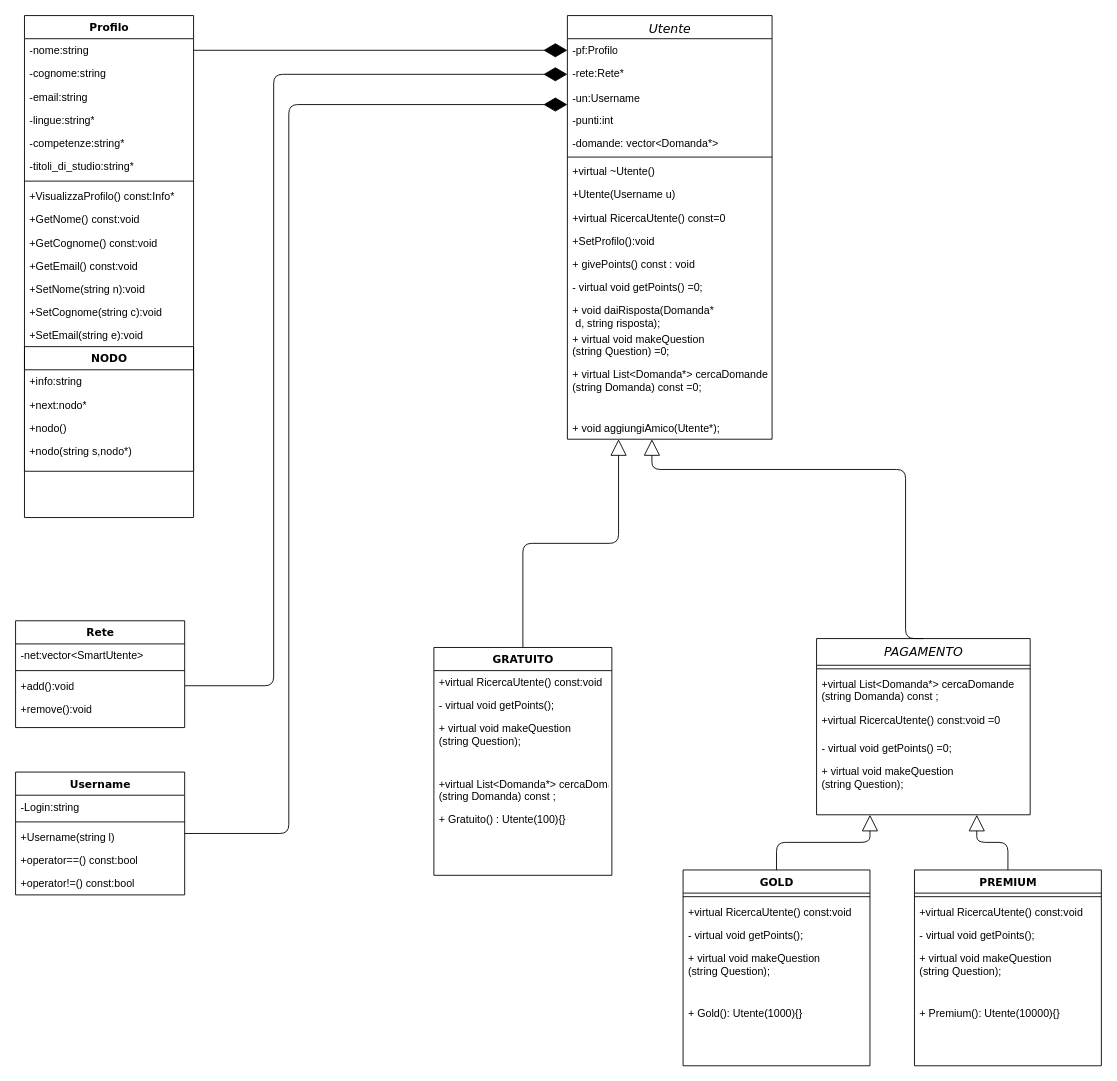
Before: Schema.drawio in LorenzoMatt/ProgeettoP2, a draw.io diagram. Source tidied: cells renumbered, new cells numbered last; positions are measured from the earlier drawing's top-left corner, leaving out a move shared by most shapes. Both pictures are drawn from the tidied source at 89%, with x=0, y=0 at pixel (15, 15).
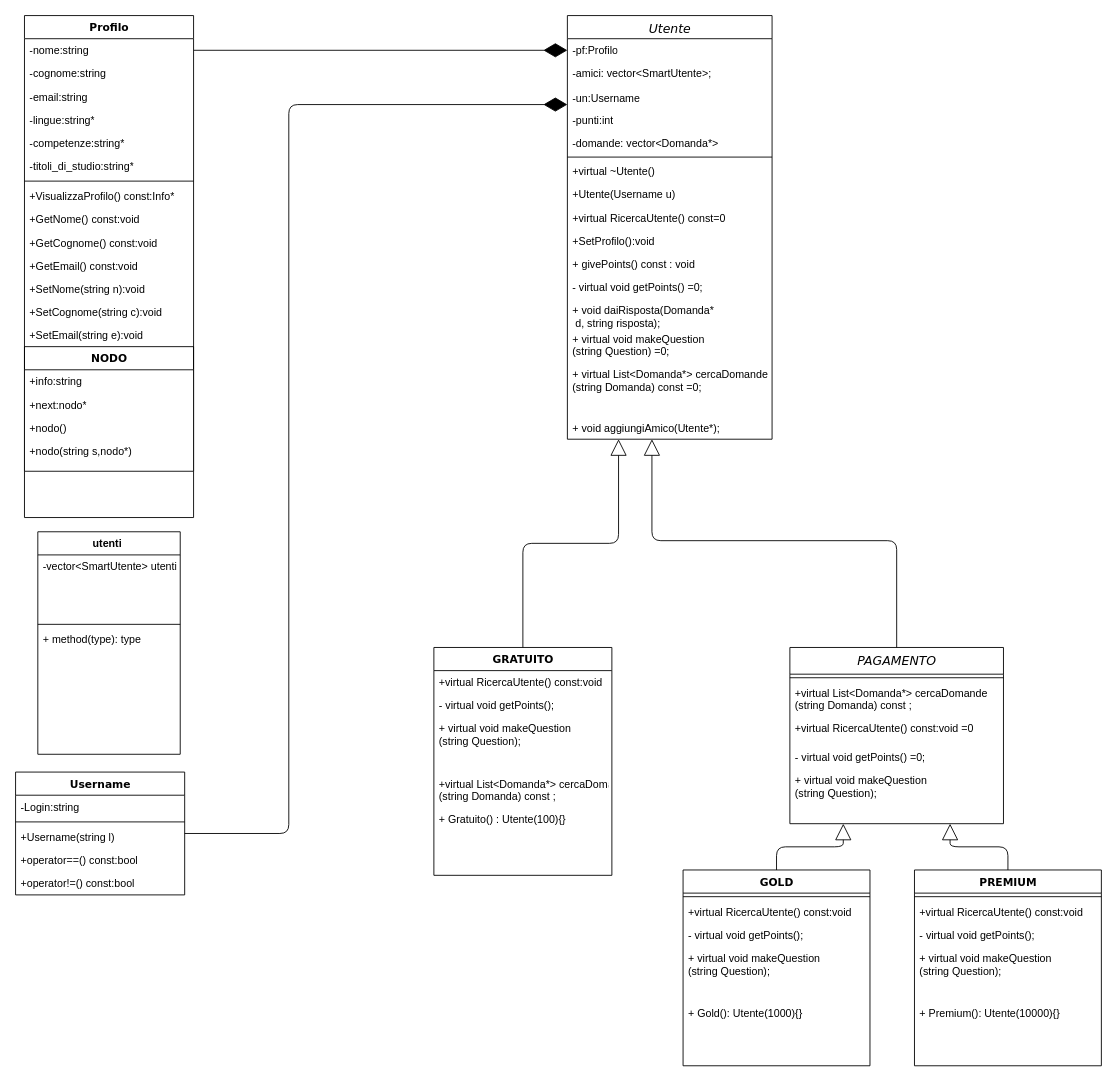
Above is the later version.

Commit message:
aggiornato schema UML

Unchanged cells that the change refers to:
```xml
<mxCell id="2" value="&lt;i style=&quot;font-weight: normal&quot;&gt;&lt;font style=&quot;font-size: 14px&quot;&gt;Utente&lt;/font&gt;&lt;/i&gt;" style="swimlane;html=1;fontStyle=1;align=center;verticalAlign=top;horizontal=1;startSize=26;swimlaneFillColor=#ffffff;rounded=0;shadow=0;comic=0;labelBackgroundColor=none;strokeWidth=1;fillColor=none;fontFamily=Verdana;fontSize=12;" parent="1" vertex="1">
  <mxGeometry x="620" width="230" height="476" as="geometry" />
</mxCell>
```

The edit, as a diff of the source:
```diff
@@
-    <mxCell id="4" value="-rete:Rete*" style="text;html=1;strokeColor=none;fillColor=none;align=left;verticalAlign=top;spacingLeft=4;spacingRight=4;whiteSpace=wrap;overflow=hidden;points=[[0,0.5],[1,0.5]];portConstraint=eastwest;" parent="2" vertex="1">
+    <mxCell id="4" value="-amici: vector&amp;lt;SmartUtente&amp;gt;;" style="text;html=1;strokeColor=none;fillColor=none;align=left;verticalAlign=top;spacingLeft=4;spacingRight=4;whiteSpace=wrap;overflow=hidden;points=[[0,0.5],[1,0.5]];portConstraint=eastwest;" parent="2" vertex="1">
       <mxGeometry y="52" width="230" height="28" as="geometry" />
     </mxCell>
@@
     <mxCell id="25" style="edgeStyle=orthogonalEdgeStyle;html=1;labelBackgroundColor=none;startFill=0;startSize=8;endArrow=block;endFill=0;endSize=16;fontFamily=Verdana;fontSize=12;exitX=0.5;exitY=0;exitDx=0;exitDy=0;" parent="1" edge="1" source="26" target="2">
       <mxGeometry relative="1" as="geometry">
         <Array as="points">
-          <mxPoint x="1000" y="510" />
-          <mxPoint x="715" y="510" />
+          <mxPoint x="990" y="590" />
+          <mxPoint x="715" y="590" />
         </Array>
       </mxGeometry>
     </mxCell>
     <mxCell id="26" value="&lt;span style=&quot;font-weight: normal&quot;&gt;&lt;i&gt;&lt;font style=&quot;font-size: 14px&quot;&gt;PAGAMENTO&lt;/font&gt;&lt;/i&gt;&lt;/span&gt;" style="swimlane;html=1;fontStyle=1;align=center;verticalAlign=top;horizontal=1;startSize=30;swimlaneFillColor=#ffffff;rounded=0;shadow=0;comic=0;labelBackgroundColor=none;strokeWidth=1;fillColor=none;fontFamily=Verdana;fontSize=12;" parent="1" vertex="1">
-      <mxGeometry x="900" y="700" width="240" height="198" as="geometry" />
+      <mxGeometry x="870" y="710" width="240" height="198" as="geometry" />
     </mxCell>
@@
-    <mxCell id="46" style="endArrow=diamondThin;endFill=1;endSize=24;html=1;entryX=0;entryY=0.5;entryDx=0;entryDy=0;exitX=1;exitY=0.5;exitDx=0;exitDy=0;edgeStyle=orthogonalEdgeStyle;" parent="1" edge="1" source="57" target="4">
-      <mxGeometry relative="1" as="geometry">
-        <Array as="points">
-          <mxPoint x="290" y="753" />
-          <mxPoint x="290" y="66" />
-        </Array>
-      </mxGeometry>
-    </mxCell>
@@
-    <mxCell id="54" value="Rete" style="swimlane;html=1;fontStyle=1;align=center;verticalAlign=top;horizontal=1;startSize=26;swimlaneFillColor=#ffffff;rounded=0;shadow=0;comic=0;labelBackgroundColor=none;strokeWidth=1;fillColor=none;fontFamily=Verdana;fontSize=12;" parent="1" vertex="1">
-      <mxGeometry y="680" width="190" height="120" as="geometry" />
-    </mxCell>
-    <mxCell id="55" value="-net:vector&amp;lt;SmartUtente&amp;gt;" style="text;html=1;strokeColor=none;fillColor=none;align=left;verticalAlign=top;spacingLeft=4;spacingRight=4;whiteSpace=wrap;overflow=hidden;" parent="54" vertex="1">
-      <mxGeometry y="26" width="190" height="26" as="geometry" />
-    </mxCell>
-    <mxCell id="56" style="line;html=1;strokeWidth=1;fillColor=none;align=left;verticalAlign=middle;spacingTop=-1;spacingLeft=3;spacingRight=3;labelPosition=right;" parent="54" vertex="1">
-      <mxGeometry y="52" width="190" height="8" as="geometry" />
-    </mxCell>
-    <mxCell id="57" value="+add():void" style="text;html=1;strokeColor=none;fillColor=none;align=left;verticalAlign=top;spacingLeft=4;spacingRight=4;whiteSpace=wrap;overflow=hidden;points=[[0,0.5],[1,0.5]];portConstraint=eastwest;" parent="54" vertex="1">
-      <mxGeometry y="60" width="190" height="26" as="geometry" />
-    </mxCell>
-    <mxCell id="58" value="+remove():void" style="text;html=1;strokeColor=none;fillColor=none;align=left;verticalAlign=top;spacingLeft=4;spacingRight=4;whiteSpace=wrap;overflow=hidden;" parent="54" vertex="1">
-      <mxGeometry y="86" width="190" height="26" as="geometry" />
-    </mxCell>
@@
+    <mxCell id="81" value="utenti " style="swimlane;fontStyle=1;align=center;verticalAlign=top;horizontal=1;startSize=26;" parent="1" vertex="1">
+      <mxGeometry x="25" y="580" width="160" height="250" as="geometry" />
+    </mxCell>
+    <mxCell id="82" value="-vector&lt;SmartUtente&gt; utenti;" style="text;strokeColor=none;fillColor=none;align=left;verticalAlign=top;spacingLeft=4;spacingRight=4;overflow=hidden;" parent="81" vertex="1">
+      <mxGeometry y="26" width="160" height="74" as="geometry" />
+    </mxCell>
+    <mxCell id="83" style="line;strokeWidth=1;fillColor=none;align=left;verticalAlign=middle;spacingTop=-1;spacingLeft=3;spacingRight=3;labelPosition=right;" parent="81" vertex="1">
+      <mxGeometry y="100" width="160" height="8" as="geometry" />
+    </mxCell>
+    <mxCell id="84" value="+ method(type): type" style="text;strokeColor=none;fillColor=none;align=left;verticalAlign=top;spacingLeft=4;spacingRight=4;overflow=hidden;" parent="81" vertex="1">
+      <mxGeometry y="108" width="160" height="142" as="geometry" />
+    </mxCell>
```
